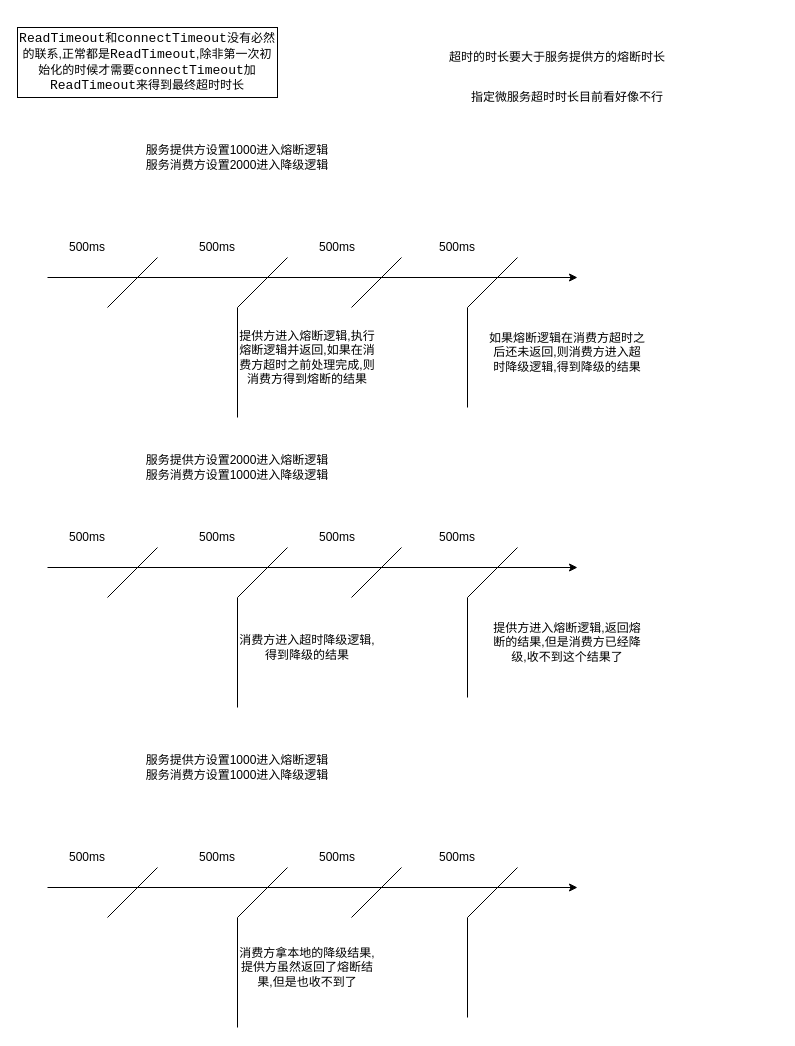
The draw.io diagram 熔断和降级.drawio in mingtian110/pc_home, before the edit. Source tidied: cells renumbered, new cells numbered last; positions are measured from the earlier drawing's top-left corner, leaving out a move shared by most shapes. Both pictures are drawn from the tidied source at 100%, with x=0, y=0 at pixel (17, 17).
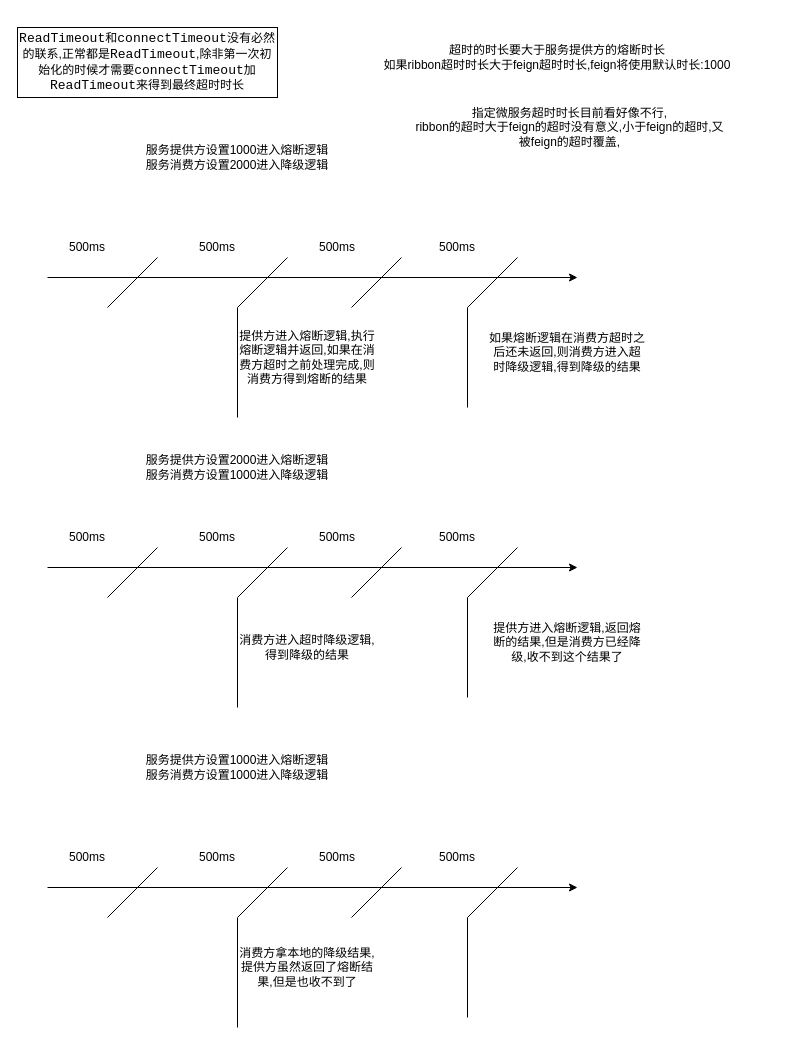
After the change.

Commit message:
更新熔断和降级.drawio

The edit, as a diff of the source:
```diff
@@
-    <mxCell id="44" value="超时的时长要大于服务提供方的熔断时长" style="text;html=1;strokeColor=none;fillColor=none;align=center;verticalAlign=middle;whiteSpace=wrap;rounded=0;" parent="1" vertex="1">
+    <mxCell id="44" value="超时的时长要大于服务提供方的熔断时长&lt;br&gt;如果ribbon超时时长大于feign超时时长,feign将使用默认时长:1000" style="text;html=1;strokeColor=none;fillColor=none;align=center;verticalAlign=middle;whiteSpace=wrap;rounded=0;" parent="1" vertex="1">
       <mxGeometry x="320" width="440" height="80" as="geometry" />
     </mxCell>
-    <mxCell id="45" value="指定微服务超时时长目前看好像不行" style="text;html=1;strokeColor=none;fillColor=none;align=center;verticalAlign=middle;whiteSpace=wrap;rounded=0;" parent="1" vertex="1">
-      <mxGeometry x="395" y="70" width="310" height="20" as="geometry" />
+    <mxCell id="45" value="指定微服务超时时长目前看好像不行,&lt;br&gt;ribbon的超时大于feign的超时没有意义,小于feign的超时,又被feign的超时覆盖," style="text;html=1;strokeColor=none;fillColor=none;align=center;verticalAlign=middle;whiteSpace=wrap;rounded=0;" parent="1" vertex="1">
+      <mxGeometry x="395" y="70" width="315" height="80" as="geometry" />
     </mxCell>
```
